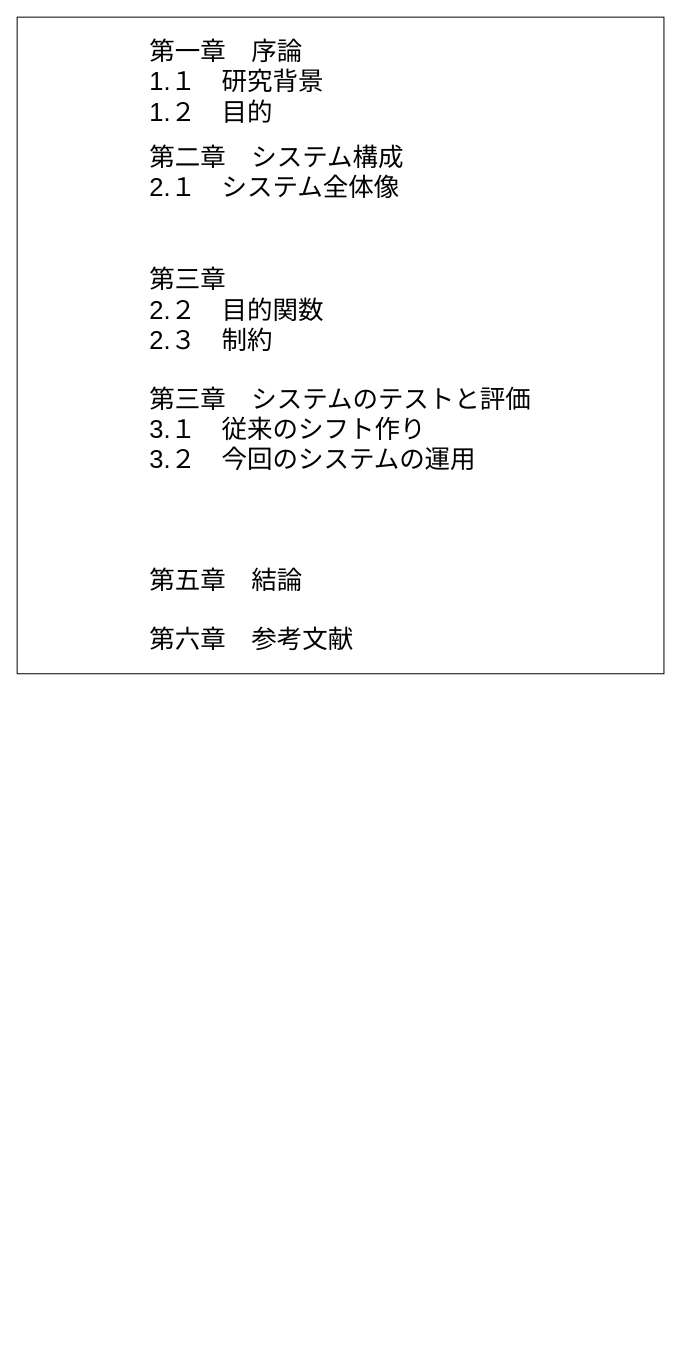
Earlier version of the draw.io diagram 論文構想/目次.drawio (shugoY45/portfolio). Source tidied: cells renumbered, new cells numbered last; positions are measured from the earlier drawing's top-left corner, leaving out a move shared by most shapes. Both pictures are drawn from the tidied source at 98%, with x=0, y=0 at pixel (17, 17).
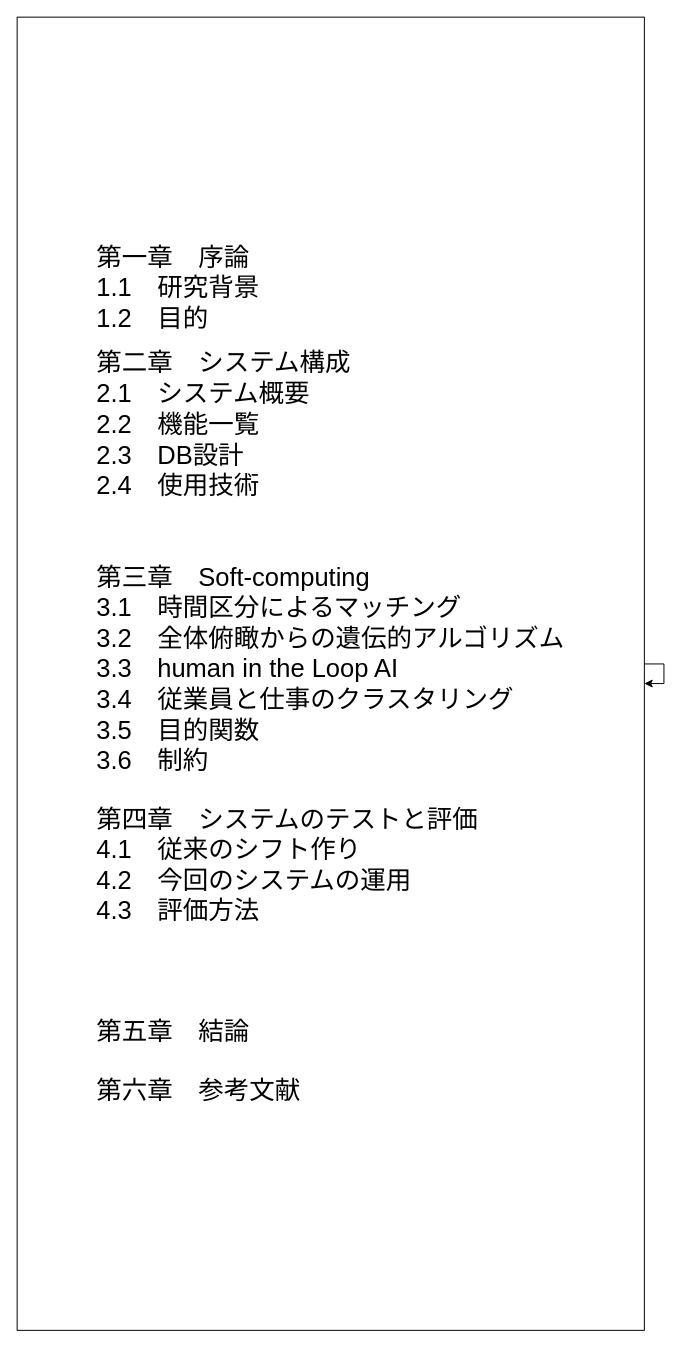
The same page after the edit.

Change to the diagram source:
```diff
@@
 <mxGraphModel>
   <root>
     <mxCell id="0" />
     <mxCell id="1" parent="0" />
-    <mxCell id="2" value="&lt;div style=&quot;text-align: left&quot;&gt;&lt;span style=&quot;font-size: 26px&quot;&gt;第一章　序論&lt;/span&gt;&lt;/div&gt;&lt;font&gt;&lt;div style=&quot;text-align: left&quot;&gt;&lt;span style=&quot;font-size: 26px&quot;&gt;1.１　研究背景&lt;/span&gt;&lt;/div&gt;&lt;span style=&quot;font-size: 26px&quot;&gt;&lt;div style=&quot;text-align: left&quot;&gt;&lt;span&gt;1.２　目的&lt;/span&gt;&lt;/div&gt;&lt;/span&gt;&lt;div style=&quot;text-align: left&quot;&gt;&lt;br&gt;&lt;/div&gt;&lt;span style=&quot;font-size: 26px&quot;&gt;&lt;div style=&quot;text-align: left&quot;&gt;&lt;span&gt;第二章　システム構成&lt;/span&gt;&lt;/div&gt;&lt;/span&gt;&lt;span style=&quot;font-size: 26px&quot;&gt;&lt;div style=&quot;text-align: left&quot;&gt;&lt;span&gt;2.１　システム全体像&lt;/span&gt;&lt;/div&gt;&lt;/span&gt;&lt;span style=&quot;font-size: 26px&quot;&gt;&lt;div style=&quot;text-align: left&quot;&gt;&lt;br&gt;&lt;/div&gt;&lt;/span&gt;&lt;span style=&quot;font-size: 26px&quot;&gt;&lt;div style=&quot;text-align: left&quot;&gt;&lt;span&gt;&lt;br&gt;&lt;/span&gt;&lt;/div&gt;&lt;div style=&quot;text-align: left&quot;&gt;第三章　&lt;span&gt;&lt;br&gt;&lt;/span&gt;&lt;/div&gt;&lt;/span&gt;&lt;div style=&quot;text-align: left&quot;&gt;&lt;span style=&quot;text-align: center ; font-size: 26px&quot;&gt;&lt;div style=&quot;text-align: left&quot;&gt;2.２　目的関数&lt;/div&gt;&lt;/span&gt;&lt;span style=&quot;text-align: center ; font-size: 26px&quot;&gt;&lt;div style=&quot;text-align: left&quot;&gt;2.３　制約&lt;/div&gt;&lt;/span&gt;&lt;/div&gt;&lt;div style=&quot;text-align: left&quot;&gt;&lt;br&gt;&lt;/div&gt;&lt;div style=&quot;text-align: left&quot;&gt;&lt;br&gt;&lt;/div&gt;&lt;span style=&quot;font-size: 26px&quot;&gt;&lt;div style=&quot;text-align: left&quot;&gt;&lt;span&gt;第三章　システムのテストと評価&lt;/span&gt;&lt;/div&gt;&lt;/span&gt;&lt;span style=&quot;font-size: 26px&quot;&gt;&lt;div style=&quot;text-align: left&quot;&gt;&lt;span&gt;3.１　従来のシフト作り&lt;/span&gt;&lt;/div&gt;&lt;/span&gt;&lt;span style=&quot;font-size: 26px&quot;&gt;&lt;div style=&quot;text-align: left&quot;&gt;&lt;span&gt;3.２　今回のシステムの運用&lt;/span&gt;&lt;/div&gt;&lt;/span&gt;&lt;div style=&quot;text-align: left&quot;&gt;&lt;br&gt;&lt;/div&gt;&lt;span style=&quot;font-size: 26px&quot;&gt;&lt;div style=&quot;text-align: left&quot;&gt;&lt;br&gt;&lt;/div&gt;&lt;/span&gt;&lt;div style=&quot;text-align: left&quot;&gt;&lt;span style=&quot;font-size: 26px&quot;&gt;&lt;br&gt;&lt;/span&gt;&lt;/div&gt;&lt;div style=&quot;text-align: left&quot;&gt;&lt;br&gt;&lt;/div&gt;&lt;span style=&quot;font-size: 26px&quot;&gt;&lt;div style=&quot;text-align: left&quot;&gt;&lt;span&gt;第五章　結論&lt;/span&gt;&lt;/div&gt;&lt;/span&gt;&lt;div style=&quot;text-align: left&quot;&gt;&lt;br&gt;&lt;/div&gt;&lt;div style=&quot;text-align: left&quot;&gt;&lt;br&gt;&lt;/div&gt;&lt;span style=&quot;font-size: 26px&quot;&gt;&lt;div style=&quot;text-align: left&quot;&gt;&lt;span&gt;第六章　参考文献&lt;/span&gt;&lt;/div&gt;&lt;/span&gt;&lt;/font&gt;" style="rounded=0;whiteSpace=wrap;html=1;" parent="1" vertex="1">
-      <mxGeometry width="660" height="670" as="geometry" />
+    <mxCell id="2" value="&lt;div style=&quot;text-align: left&quot;&gt;&lt;span style=&quot;font-size: 26px&quot;&gt;第一章　序論&lt;/span&gt;&lt;/div&gt;&lt;font&gt;&lt;div style=&quot;text-align: left&quot;&gt;&lt;span style=&quot;font-size: 26px&quot;&gt;1.1　研究背景&lt;/span&gt;&lt;/div&gt;&lt;span style=&quot;font-size: 26px&quot;&gt;&lt;div style=&quot;text-align: left&quot;&gt;&lt;span&gt;1.2　目的&lt;/span&gt;&lt;/div&gt;&lt;/span&gt;&lt;div style=&quot;text-align: left&quot;&gt;&lt;br&gt;&lt;/div&gt;&lt;span style=&quot;font-size: 26px&quot;&gt;&lt;div style=&quot;text-align: left&quot;&gt;&lt;span&gt;第二章　システム構成&lt;/span&gt;&lt;/div&gt;&lt;/span&gt;&lt;span style=&quot;font-size: 26px&quot;&gt;&lt;div style=&quot;text-align: left&quot;&gt;&lt;span&gt;2.1　システム概要&lt;/span&gt;&lt;/div&gt;&lt;div style=&quot;text-align: left&quot;&gt;&lt;span&gt;2.2　機能一覧&lt;/span&gt;&lt;/div&gt;&lt;div style=&quot;text-align: left&quot;&gt;2.3　DB設計&lt;/div&gt;&lt;div style=&quot;text-align: left&quot;&gt;2.4　使用技術&lt;/div&gt;&lt;/span&gt;&lt;span style=&quot;font-size: 26px&quot;&gt;&lt;div style=&quot;text-align: left&quot;&gt;&lt;br&gt;&lt;/div&gt;&lt;/span&gt;&lt;span style=&quot;font-size: 26px&quot;&gt;&lt;div style=&quot;text-align: left&quot;&gt;&lt;span&gt;&lt;br&gt;&lt;/span&gt;&lt;/div&gt;&lt;div style=&quot;text-align: left&quot;&gt;第三章　Soft-computing&lt;span&gt;&lt;br&gt;&lt;/span&gt;&lt;/div&gt;&lt;div style=&quot;text-align: left&quot;&gt;3.1　時間区分によるマッチング&lt;/div&gt;&lt;div style=&quot;text-align: left&quot;&gt;3.2　全体俯瞰からの遺伝的アルゴリズム&lt;/div&gt;&lt;div style=&quot;text-align: left&quot;&gt;3.3　human in the Loop AI&lt;/div&gt;&lt;div style=&quot;text-align: left&quot;&gt;3.4　従業員と仕事のクラスタリング&lt;/div&gt;&lt;/span&gt;&lt;div style=&quot;text-align: left&quot;&gt;&lt;span style=&quot;text-align: center ; font-size: 26px&quot;&gt;&lt;div style=&quot;text-align: left&quot;&gt;3.5　目的関数&lt;/div&gt;&lt;/span&gt;&lt;span style=&quot;text-align: center ; font-size: 26px&quot;&gt;&lt;div style=&quot;text-align: left&quot;&gt;3.6　制約&lt;/div&gt;&lt;/span&gt;&lt;/div&gt;&lt;div style=&quot;text-align: left&quot;&gt;&lt;br&gt;&lt;/div&gt;&lt;div style=&quot;text-align: left&quot;&gt;&lt;br&gt;&lt;/div&gt;&lt;span style=&quot;font-size: 26px&quot;&gt;&lt;div style=&quot;text-align: left&quot;&gt;&lt;span&gt;第四章　システムのテストと評価&lt;/span&gt;&lt;/div&gt;&lt;/span&gt;&lt;span style=&quot;font-size: 26px&quot;&gt;&lt;div style=&quot;text-align: left&quot;&gt;&lt;span&gt;4.1　従来のシフト作り&lt;/span&gt;&lt;/div&gt;&lt;/span&gt;&lt;span style=&quot;font-size: 26px&quot;&gt;&lt;div style=&quot;text-align: left&quot;&gt;&lt;span&gt;4.2　今回のシステムの運用&lt;/span&gt;&lt;/div&gt;&lt;div style=&quot;text-align: left&quot;&gt;&lt;span&gt;4.3　評価方法&lt;/span&gt;&lt;/div&gt;&lt;/span&gt;&lt;div style=&quot;text-align: left&quot;&gt;&lt;br&gt;&lt;/div&gt;&lt;span style=&quot;font-size: 26px&quot;&gt;&lt;div style=&quot;text-align: left&quot;&gt;&lt;br&gt;&lt;/div&gt;&lt;/span&gt;&lt;div style=&quot;text-align: left&quot;&gt;&lt;span style=&quot;font-size: 26px&quot;&gt;&lt;br&gt;&lt;/span&gt;&lt;/div&gt;&lt;div style=&quot;text-align: left&quot;&gt;&lt;br&gt;&lt;/div&gt;&lt;span style=&quot;font-size: 26px&quot;&gt;&lt;div style=&quot;text-align: left&quot;&gt;&lt;span&gt;第五章　結論&lt;/span&gt;&lt;/div&gt;&lt;/span&gt;&lt;div style=&quot;text-align: left&quot;&gt;&lt;br&gt;&lt;/div&gt;&lt;div style=&quot;text-align: left&quot;&gt;&lt;br&gt;&lt;/div&gt;&lt;span style=&quot;font-size: 26px&quot;&gt;&lt;div style=&quot;text-align: left&quot;&gt;&lt;span&gt;第六章　参考文献&lt;/span&gt;&lt;/div&gt;&lt;/span&gt;&lt;/font&gt;" style="rounded=0;whiteSpace=wrap;html=1;fontStyle=0;" parent="1" vertex="1">
+      <mxGeometry width="640" height="1340" as="geometry" />
     </mxCell>
+    <mxCell id="3" style="edgeStyle=orthogonalEdgeStyle;rounded=0;orthogonalLoop=1;jettySize=auto;html=1;" parent="1" edge="1" source="2" target="2">
+      <mxGeometry relative="1" as="geometry" />
+    </mxCell>
   </root>
 </mxGraphModel>
```
